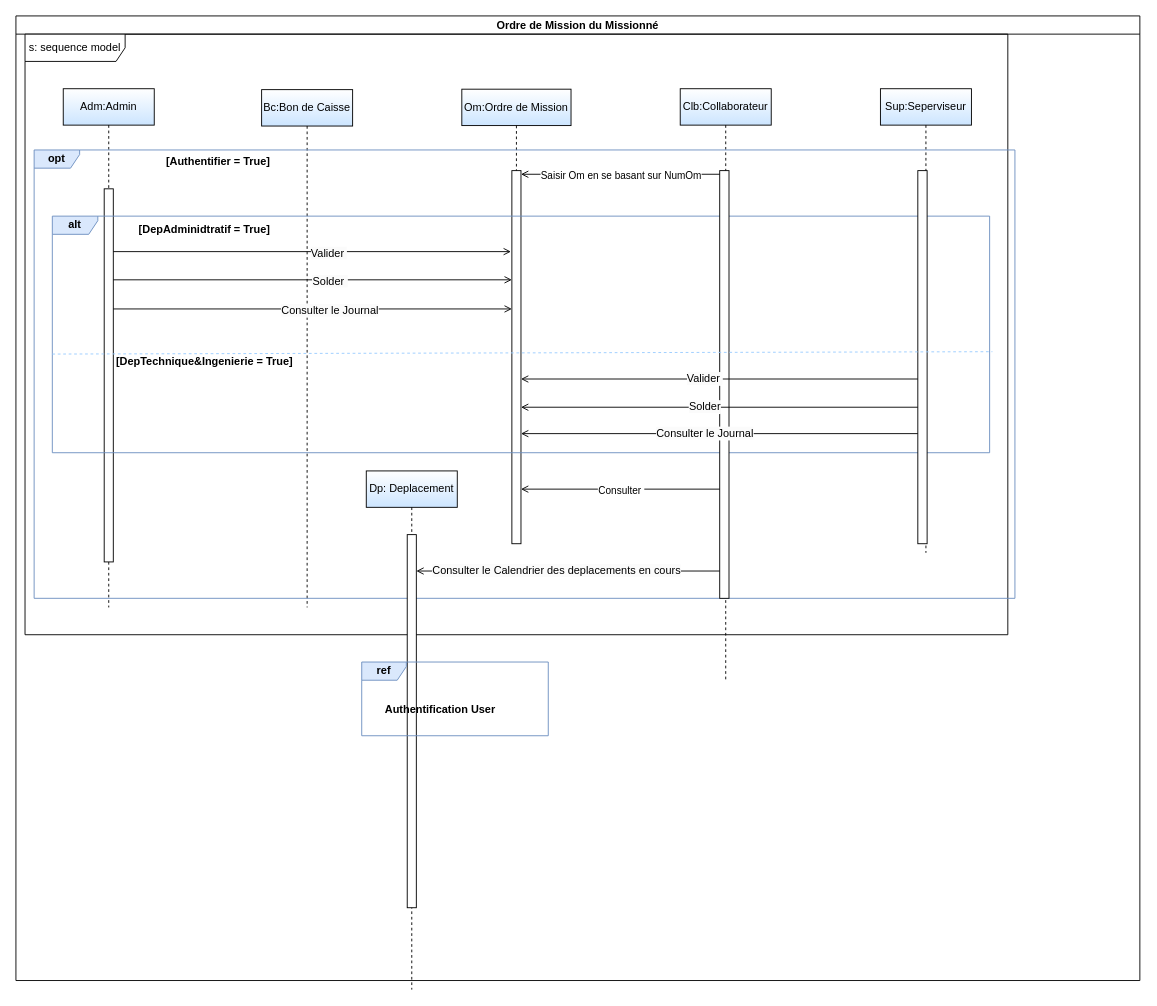
Above: SequenceDiagramUser.drawio in BARIGOU-Imane/Gestion-des-Ordres-de-Mission (draw.io), before the change. Source tidied: cells renumbered, new cells numbered last; positions are measured from the earlier drawing's top-left corner, leaving out a move shared by most shapes. Both pictures are drawn from the tidied source at 91%, with x=0, y=0 at pixel (15, 15).
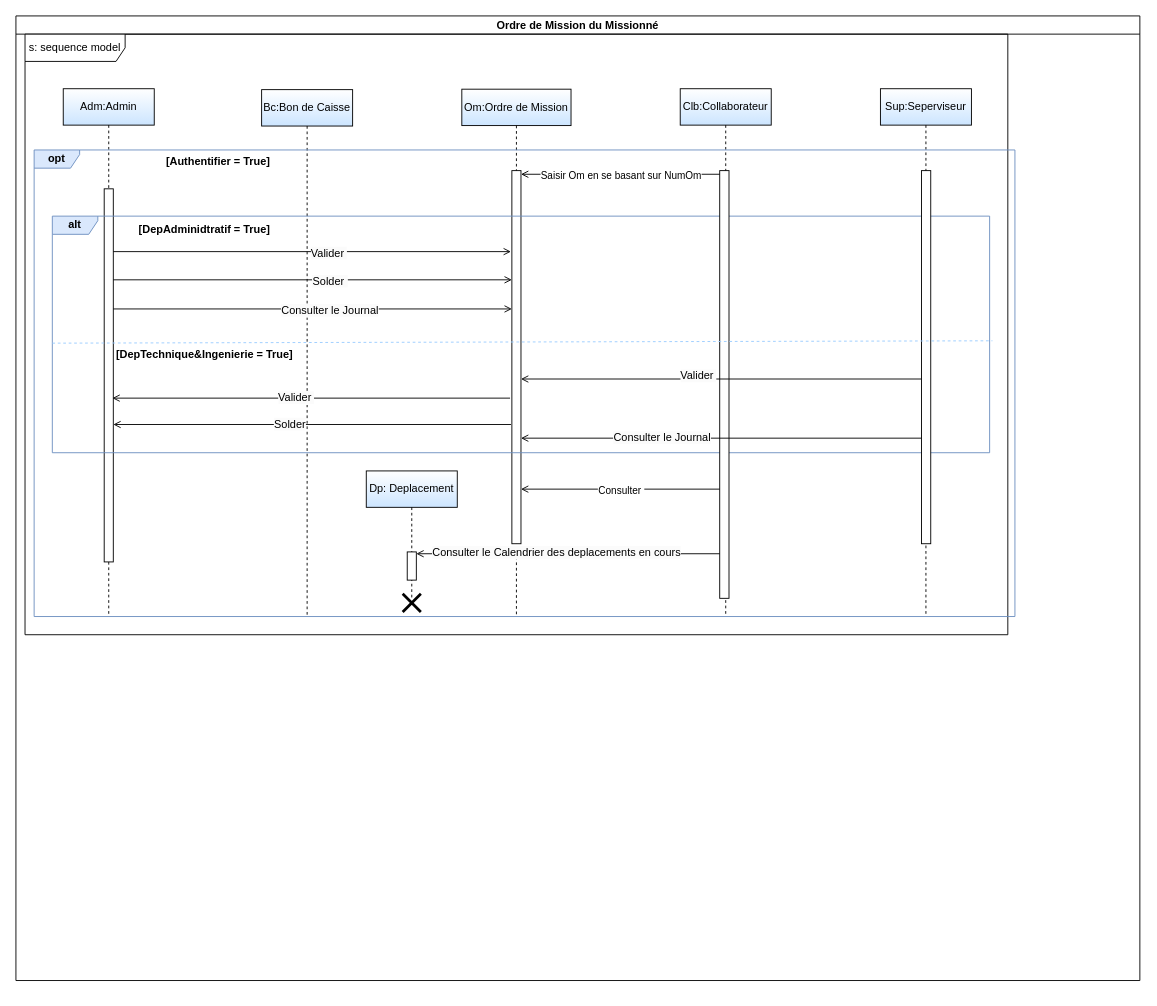
After the change.

The change refers to these unchanged cells:
```xml
<mxCell id="8" value="Ordre de Mission du Missionné" style="swimlane;startSize=20;" parent="1" vertex="1">
  <mxGeometry width="1235.1" height="1060" as="geometry" />
</mxCell>
<mxCell id="10" value="&lt;b&gt;alt&lt;/b&gt;" style="shape=umlFrame;whiteSpace=wrap;html=1;width=50;height=20;fillColor=#dae8fc;strokeColor=#6c8ebf;" parent="8" vertex="1">
  <mxGeometry x="40" y="220" width="1030" height="260" as="geometry" />
</mxCell>
<mxCell id="14" style="group;fillColor=none;" parent="8" vertex="1">
  <mxGeometry x="20" y="150" width="1215.1" height="910" as="geometry" />
</mxCell>
<mxCell id="17" style="html=1;points=[];perimeter=orthogonalPerimeter;outlineConnect=0;targetShapes=umlLifeline;portConstraint=eastwest;newEdgeStyle={&quot;edgeStyle&quot;:&quot;elbowEdgeStyle&quot;,&quot;elbow&quot;:&quot;vertical&quot;,&quot;curved&quot;:0,&quot;rounded&quot;:0};" parent="14" vertex="1">
  <mxGeometry x="753.4" y="20" width="10.2" height="470" as="geometry" />
</mxCell>
```

Change to the diagram source:
```diff
@@
     <mxCell id="2" value="Adm:Admin" style="shape=umlLifeline;perimeter=lifelinePerimeter;whiteSpace=wrap;html=1;newEdgeStyle={&quot;edgeStyle&quot;:&quot;elbowEdgeStyle&quot;,&quot;elbow&quot;:&quot;vertical&quot;,&quot;curved&quot;:0,&quot;rounded&quot;:0};fillColor=default;strokeColor=#000000;gradientColor=#CCE5FF;" parent="1" vertex="1">
-      <mxGeometry x="52" y="80" width="100" height="570" as="geometry" />
+      <mxGeometry x="52" y="80" width="100" height="580" as="geometry" />
     </mxCell>
@@
     <mxCell id="4" value="Clb:Collaborateur" style="shape=umlLifeline;perimeter=lifelinePerimeter;whiteSpace=wrap;html=1;newEdgeStyle={&quot;edgeStyle&quot;:&quot;elbowEdgeStyle&quot;,&quot;elbow&quot;:&quot;vertical&quot;,&quot;curved&quot;:0,&quot;rounded&quot;:0};gradientColor=#CCE5FF;" parent="1" vertex="1">
-      <mxGeometry x="730" y="80" width="100" height="650" as="geometry" />
+      <mxGeometry x="730" y="80" width="100" height="580" as="geometry" />
     </mxCell>
     <mxCell id="5" value="Bc:Bon de Caisse" style="shape=umlLifeline;perimeter=lifelinePerimeter;whiteSpace=wrap;html=1;newEdgeStyle={&quot;edgeStyle&quot;:&quot;elbowEdgeStyle&quot;,&quot;elbow&quot;:&quot;vertical&quot;,&quot;curved&quot;:0,&quot;rounded&quot;:0};gradientColor=#CCE5FF;" parent="1" vertex="1">
-      <mxGeometry x="270" y="81" width="100" height="569" as="geometry" />
+      <mxGeometry x="270" y="81" width="100" height="579" as="geometry" />
     </mxCell>
     <mxCell id="6" value="Om:Ordre de Mission" style="shape=umlLifeline;perimeter=lifelinePerimeter;whiteSpace=wrap;html=1;newEdgeStyle={&quot;edgeStyle&quot;:&quot;elbowEdgeStyle&quot;,&quot;elbow&quot;:&quot;vertical&quot;,&quot;curved&quot;:0,&quot;rounded&quot;:0};gradientColor=#CCE5FF;" parent="1" vertex="1">
-      <mxGeometry x="490" y="80.5" width="120" height="499.5" as="geometry" />
+      <mxGeometry x="490" y="80.5" width="120" height="579.5" as="geometry" />
     </mxCell>
@@
     <mxCell id="13" value="Sup:Seperviseur" style="shape=umlLifeline;perimeter=lifelinePerimeter;whiteSpace=wrap;html=1;newEdgeStyle={&quot;edgeStyle&quot;:&quot;elbowEdgeStyle&quot;,&quot;elbow&quot;:&quot;vertical&quot;,&quot;curved&quot;:0,&quot;rounded&quot;:0};gradientColor=#CCE5FF;" parent="8" vertex="1">
-      <mxGeometry x="950" y="80" width="100" height="510" as="geometry" />
+      <mxGeometry x="950" y="80" width="100" height="580" as="geometry" />
     </mxCell>
@@
     <mxCell id="15" value="&lt;b&gt;opt&lt;/b&gt;" style="shape=umlFrame;whiteSpace=wrap;html=1;width=50;height=20;fillColor=#dae8fc;strokeColor=#6c8ebf;" parent="14" vertex="1">
-      <mxGeometry y="-2.7" width="1077.8" height="492.7" as="geometry" />
+      <mxGeometry y="-2.7" width="1077.8" height="512.7" as="geometry" />
     </mxCell>
@@
     <mxCell id="19" style="html=1;points=[];perimeter=orthogonalPerimeter;outlineConnect=0;targetShapes=umlLifeline;portConstraint=eastwest;newEdgeStyle={&quot;edgeStyle&quot;:&quot;elbowEdgeStyle&quot;,&quot;elbow&quot;:&quot;vertical&quot;,&quot;curved&quot;:0,&quot;rounded&quot;:0};" parent="14" vertex="1">
-      <mxGeometry x="971.1" y="20" width="10.2" height="410" as="geometry" />
+      <mxGeometry x="975.1" y="20" width="10.2" height="410" as="geometry" />
     </mxCell>
     <mxCell id="20" value="&lt;b&gt;[DepTechnique&amp;amp;Ingenierie = True]&lt;/b&gt;" style="text;html=1;align=center;verticalAlign=middle;strokeColor=none;fillColor=none;" parent="14" vertex="1">
-      <mxGeometry x="77.2" y="215" width="220" height="30" as="geometry" />
+      <mxGeometry x="77.2" y="207" width="220" height="30" as="geometry" />
     </mxCell>
-    <mxCell id="21" style="endArrow=open;endFill=1;html=1;rounded=0;" parent="14" edge="1" source="19">
+    <mxCell id="21" style="endArrow=open;endFill=1;html=1;rounded=0;" parent="14" edge="1">
       <mxGeometry relative="1" as="geometry">
-        <mxPoint x="535" y="280" as="targetPoint" />
+        <mxPoint x="524" y="299" as="sourcePoint" />
+        <mxPoint x="87" y="299" as="targetPoint" />
       </mxGeometry>
     </mxCell>
     <mxCell id="22" value="&lt;span style=&quot;font-size: 12px; background-color: rgb(251, 251, 251);&quot;&gt;Solder&lt;/span&gt;" style="edgeLabel;html=1;align=center;verticalAlign=middle;" parent="21" vertex="1">
-      <mxGeometry x="0.08" y="-1" relative="1" as="geometry" />
+      <mxGeometry x="0.08" y="-1" relative="1" as="geometry">
+        <mxPoint x="-8" as="offset" />
+      </mxGeometry>
     </mxCell>
-    <mxCell id="23" style="endArrow=open;endFill=1;html=1;rounded=0;" parent="14" edge="1" source="19">
+    <mxCell id="23" style="endArrow=open;endFill=1;html=1;rounded=0;" parent="14" edge="1">
       <mxGeometry relative="1" as="geometry">
-        <mxPoint x="535" y="309" as="targetPoint" />
+        <mxPoint x="975.1" y="314" as="sourcePoint" />
+        <mxPoint x="535" y="314" as="targetPoint" />
       </mxGeometry>
     </mxCell>
     <mxCell id="24" value="&lt;span style=&quot;font-size: 12px; background-color: rgb(251, 251, 251);&quot;&gt;Consulter le Journal&lt;/span&gt;" style="edgeLabel;html=1;align=center;verticalAlign=middle;" parent="23" vertex="1">
-      <mxGeometry x="0.08" y="-1" relative="1" as="geometry" />
+      <mxGeometry x="0.08" y="-1" relative="1" as="geometry">
+        <mxPoint x="-48" as="offset" />
+      </mxGeometry>
     </mxCell>
     <mxCell id="25" value="Dp: Deplacement" style="shape=umlLifeline;perimeter=lifelinePerimeter;whiteSpace=wrap;html=1;newEdgeStyle={&quot;edgeStyle&quot;:&quot;elbowEdgeStyle&quot;,&quot;elbow&quot;:&quot;vertical&quot;,&quot;curved&quot;:0,&quot;rounded&quot;:0};gradientColor=#CCE5FF;" parent="14" vertex="1">
-      <mxGeometry x="365" y="350" width="100" height="570" as="geometry" />
+      <mxGeometry x="365" y="350" width="100" height="140" as="geometry" />
     </mxCell>
+    <mxCell id="42" style="shape=umlDestroy;whiteSpace=wrap;html=1;strokeWidth=3;targetShapes=umlLifeline;" parent="25" vertex="1">
+      <mxGeometry x="40" y="135" width="20" height="20" as="geometry" />
+    </mxCell>
     <mxCell id="26" style="html=1;perimeter=orthogonalPerimeter;targetShapes=umlLifeline;newEdgeStyle={&quot;edgeStyle&quot;:&quot;elbowEdgeStyle&quot;,&quot;elbow&quot;:&quot;vertical&quot;,&quot;curved&quot;:0,&quot;rounded&quot;:0};" parent="14" vertex="1">
-      <mxGeometry x="410" y="420" width="10" height="410" as="geometry" />
+      <mxGeometry x="410" y="439" width="10" height="31" as="geometry" />
     </mxCell>
@@
+    <mxCell id="43" style="endArrow=open;endFill=1;html=1;rounded=0;" parent="14" edge="1">
+      <mxGeometry relative="1" as="geometry">
+        <mxPoint x="523" y="270" as="sourcePoint" />
+        <mxPoint x="86" y="270" as="targetPoint" />
+      </mxGeometry>
+    </mxCell>
+    <mxCell id="44" value="&lt;span style=&quot;font-size: 12px; background-color: rgb(251, 251, 251);&quot;&gt;Valider&amp;nbsp;&lt;/span&gt;" style="edgeLabel;html=1;align=center;verticalAlign=middle;" parent="43" vertex="1">
+      <mxGeometry x="0.08" y="-1" relative="1" as="geometry" />
+    </mxCell>
-    <mxCell id="29" style="endArrow=none;dashed=1;html=1;rounded=0;exitX=0;exitY=0.583;exitDx=0;exitDy=0;exitPerimeter=0;entryX=1.003;entryY=0.573;entryDx=0;entryDy=0;entryPerimeter=0;strokeColor=#99CCFF;" parent="8" edge="1" source="10" target="10">
-      <mxGeometry relative="1" as="geometry" />
+    <mxCell id="29" style="endArrow=none;dashed=1;html=1;rounded=0;exitX=0;exitY=0.583;exitDx=0;exitDy=0;exitPerimeter=0;entryX=1.003;entryY=0.573;entryDx=0;entryDy=0;entryPerimeter=0;strokeColor=#99CCFF;" parent="8" edge="1">
+      <mxGeometry relative="1" as="geometry">
+        <mxPoint x="40" y="359.6" as="sourcePoint" />
+        <mxPoint x="1073.1" y="357" as="targetPoint" />
+      </mxGeometry>
     </mxCell>
-    <mxCell id="30" value="&lt;b&gt;ref&lt;/b&gt;" style="shape=umlFrame;whiteSpace=wrap;html=1;width=49;height=20;fillColor=#dae8fc;strokeColor=#6c8ebf;" parent="1" vertex="1">
-      <mxGeometry x="380" y="710" width="205" height="81" as="geometry" />
-    </mxCell>
-    <mxCell id="31" value="&lt;b&gt;Authentification User&lt;/b&gt;" style="text;html=1;align=center;verticalAlign=middle;strokeColor=none;fillColor=none;" parent="1" vertex="1">
-      <mxGeometry x="396" y="747" width="140" height="30" as="geometry" />
-    </mxCell>
@@
-    <mxCell id="38" style="endArrow=open;endFill=1;html=1;rounded=0;" parent="1" edge="1">
+    <mxCell id="38" style="endArrow=open;endFill=1;html=1;rounded=0;" parent="1" edge="1" source="19">
       <mxGeometry relative="1" as="geometry">
-        <mxPoint x="991.1" y="399" as="sourcePoint" />
         <mxPoint x="555" y="399" as="targetPoint" />
       </mxGeometry>
     </mxCell>
     <mxCell id="39" value="&lt;span style=&quot;font-size: 12px; background-color: rgb(251, 251, 251);&quot;&gt;Valider&amp;nbsp;&lt;/span&gt;" style="edgeLabel;html=1;align=center;verticalAlign=middle;" parent="38" vertex="1">
-      <mxGeometry x="0.08" y="-1" relative="1" as="geometry" />
+      <mxGeometry x="0.08" y="-1" relative="1" as="geometry">
+        <mxPoint x="-8" y="-3" as="offset" />
+      </mxGeometry>
     </mxCell>
-    <mxCell id="40" style="endArrow=open;endFill=1;html=1;rounded=0;" parent="1" edge="1" source="17">
+    <mxCell id="40" style="endArrow=open;endFill=1;html=1;rounded=0;" parent="1" edge="1">
       <mxGeometry relative="1" as="geometry">
-        <mxPoint x="440" y="610" as="targetPoint" />
+        <mxPoint x="773.4" y="591" as="sourcePoint" />
+        <mxPoint x="440" y="591" as="targetPoint" />
       </mxGeometry>
     </mxCell>
     <mxCell id="41" value="&lt;span style=&quot;font-size: 12px; background-color: rgb(251, 251, 251);&quot;&gt;Consulter le Calendrier des deplacements en cours&lt;/span&gt;" style="edgeLabel;html=1;align=center;verticalAlign=middle;" parent="40" vertex="1">
-      <mxGeometry x="0.08" y="-1" relative="1" as="geometry" />
+      <mxGeometry x="0.08" y="-1" relative="1" as="geometry">
+        <mxPoint y="-1" as="offset" />
+      </mxGeometry>
     </mxCell>
```
